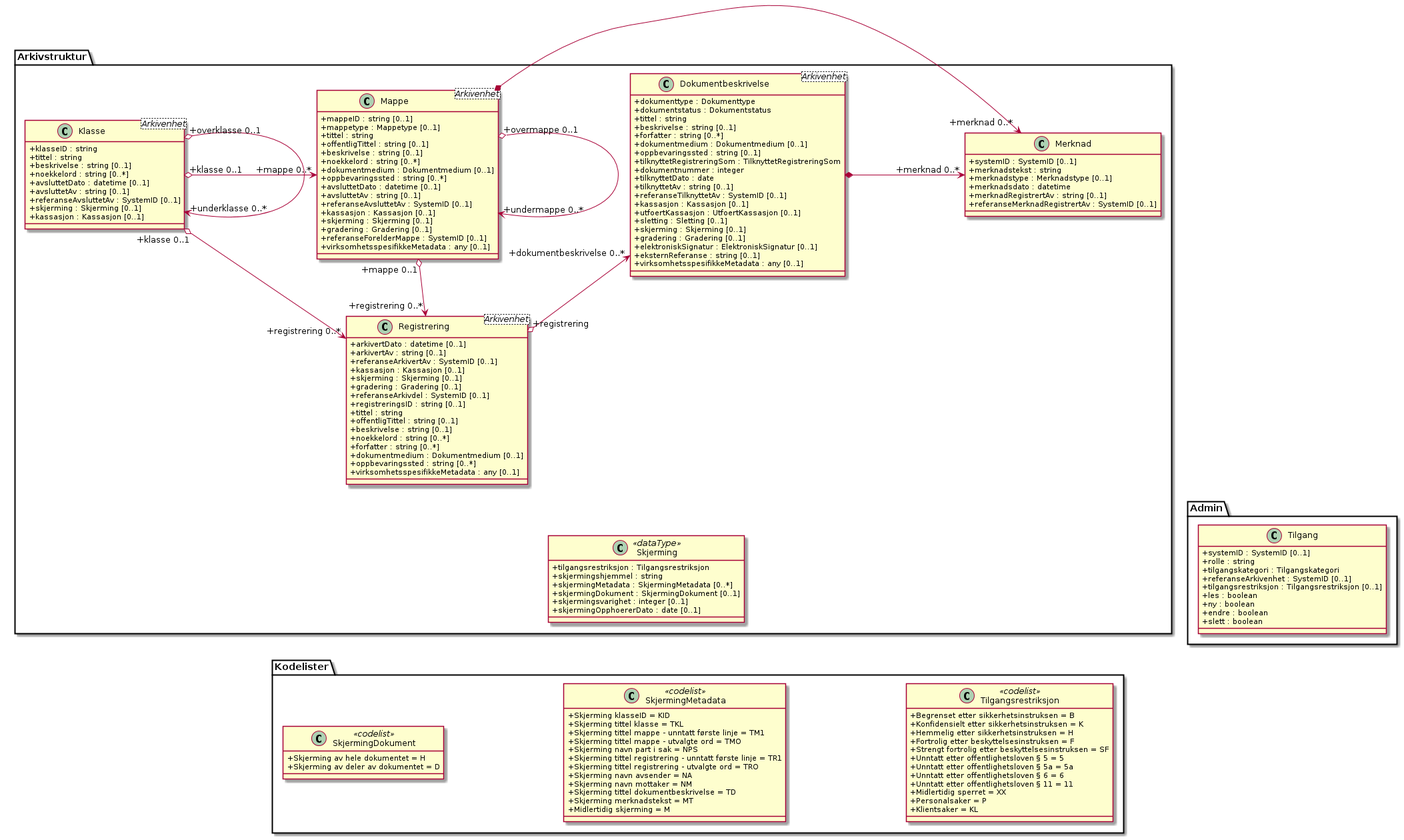
This is kapitler/media/uml-arkivstruktur-skjerming.png from arkivverket/noark5-tjenestegrensesnitt-standard, a PlantUML export, as it was before one commit.
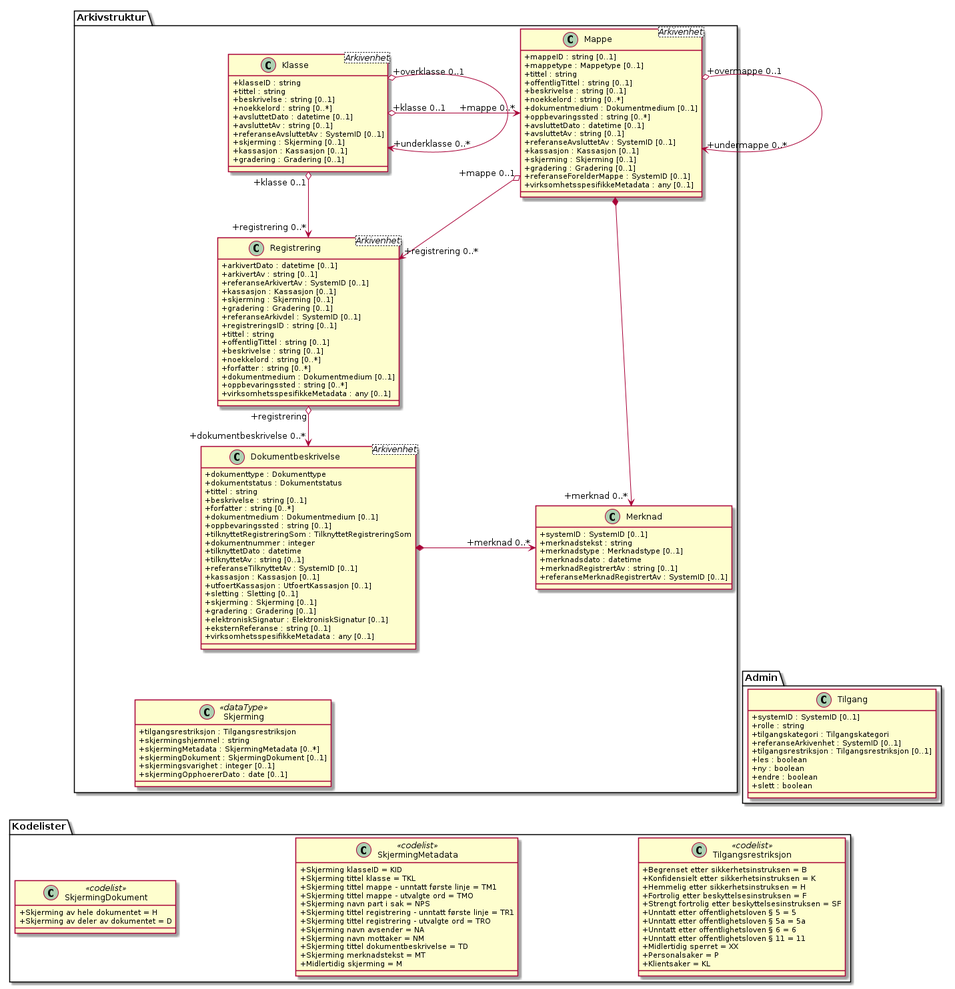
After the commit.

Change to the diagram source:
```diff
@@ -12,6 +12,7 @@
   +referanseAvsluttetAv : SystemID [0..1]
   +skjerming : Skjerming [0..1]
   +kassasjon : Kassasjon [0..1]
+  +gradering : Gradering [0..1]
 }
 class Arkivstruktur.Mappe <Arkivenhet> {
   +mappeID : string [0..1]
@@ -41,7 +42,7 @@
   +oppbevaringssted : string [0..1]
   +tilknyttetRegistreringSom : TilknyttetRegistreringSom
   +dokumentnummer : integer
-  +tilknyttetDato : date
+  +tilknyttetDato : datetime
   +tilknyttetAv : string [0..1]
   +referanseTilknyttetAv : SystemID [0..1]
   +kassasjon : Kassasjon [0..1]
```
